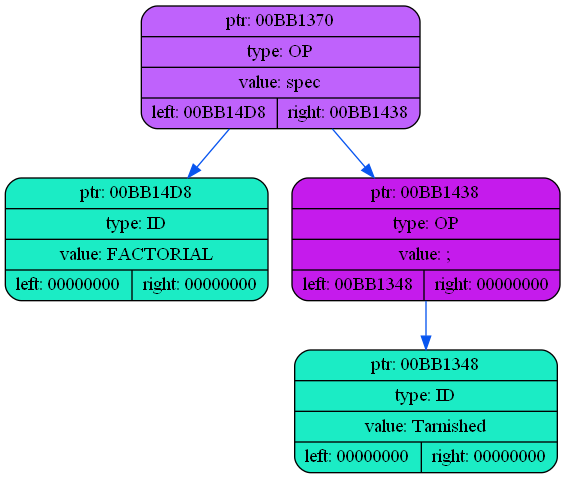
This is dump/dump1.png from coffee8cat/Elden-language, a Graphviz export, as it was before one commit. Its source is kept beside it as dump/dump1.dot.
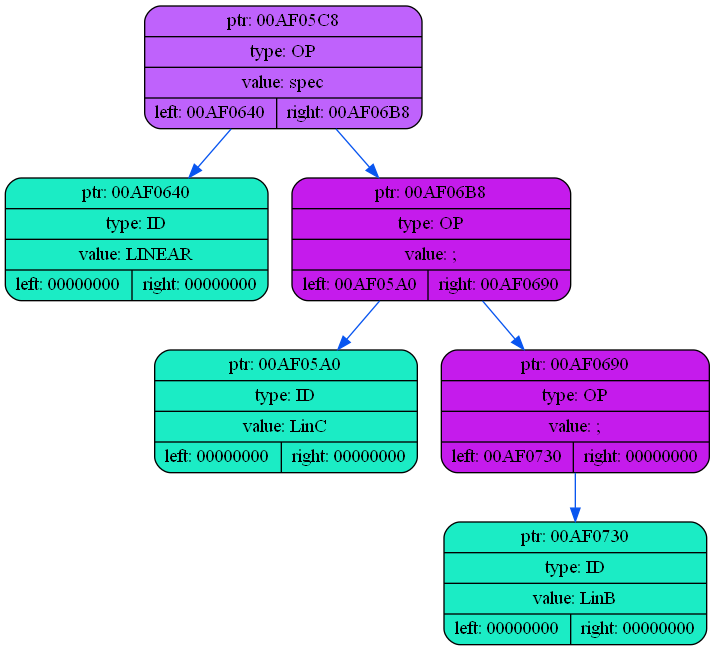
After the commit.

What changed in the source:
```diff
@@ -2,11 +2,15 @@
 {
     rankdir=TP
 
-        node00BB1370[shape=record,style="rounded,filled",fillcolor="#BF62FC",label="{ ptr: 00BB1370 | type: OP | value: spec| { left: 00BB14D8 | right: 00BB1438 }}"];
-    node00BB1370 -> node00BB14D8[color="#0855F0"]
-    node00BB14D8[shape=record,style="rounded,filled",fillcolor="#1BECC5",label="{ ptr: 00BB14D8 | type: ID | value: FACTORIAL| { left: 00000000 | right: 00000000 }}"];
-    node00BB1370 -> node00BB1438[color="#0855F0"]
-    node00BB1438[shape=record,style="rounded,filled",fillcolor="#C51BEC",label="{ ptr: 00BB1438 | type: OP | value: ;| { left: 00BB1348 | right: 00000000 }}"];
-    node00BB1438 -> node00BB1348[color="#0855F0"]
-    node00BB1348[shape=record,style="rounded,filled",fillcolor="#1BECC5",label="{ ptr: 00BB1348 | type: ID | value: Tarnished| { left: 00000000 | right: 00000000 }}"];
+        node00AF05C8[shape=record,style="rounded,filled",fillcolor="#BF62FC",label="{ ptr: 00AF05C8 | type: OP | value: spec| { left: 00AF0640 | right: 00AF06B8 }}"];
+    node00AF05C8 -> node00AF0640[color="#0855F0"]
+    node00AF0640[shape=record,style="rounded,filled",fillcolor="#1BECC5",label="{ ptr: 00AF0640 | type: ID | value: LINEAR| { left: 00000000 | right: 00000000 }}"];
+    node00AF05C8 -> node00AF06B8[color="#0855F0"]
+    node00AF06B8[shape=record,style="rounded,filled",fillcolor="#C51BEC",label="{ ptr: 00AF06B8 | type: OP | value: ;| { left: 00AF05A0 | right: 00AF0690 }}"];
+    node00AF06B8 -> node00AF05A0[color="#0855F0"]
+    node00AF05A0[shape=record,style="rounded,filled",fillcolor="#1BECC5",label="{ ptr: 00AF05A0 | type: ID | value: LinC| { left: 00000000 | right: 00000000 }}"];
+    node00AF06B8 -> node00AF0690[color="#0855F0"]
+    node00AF0690[shape=record,style="rounded,filled",fillcolor="#C51BEC",label="{ ptr: 00AF0690 | type: OP | value: ;| { left: 00AF0730 | right: 00000000 }}"];
+    node00AF0690 -> node00AF0730[color="#0855F0"]
+    node00AF0730[shape=record,style="rounded,filled",fillcolor="#1BECC5",label="{ ptr: 00AF0730 | type: ID | value: LinB| { left: 00000000 | right: 00000000 }}"];
 }
```
